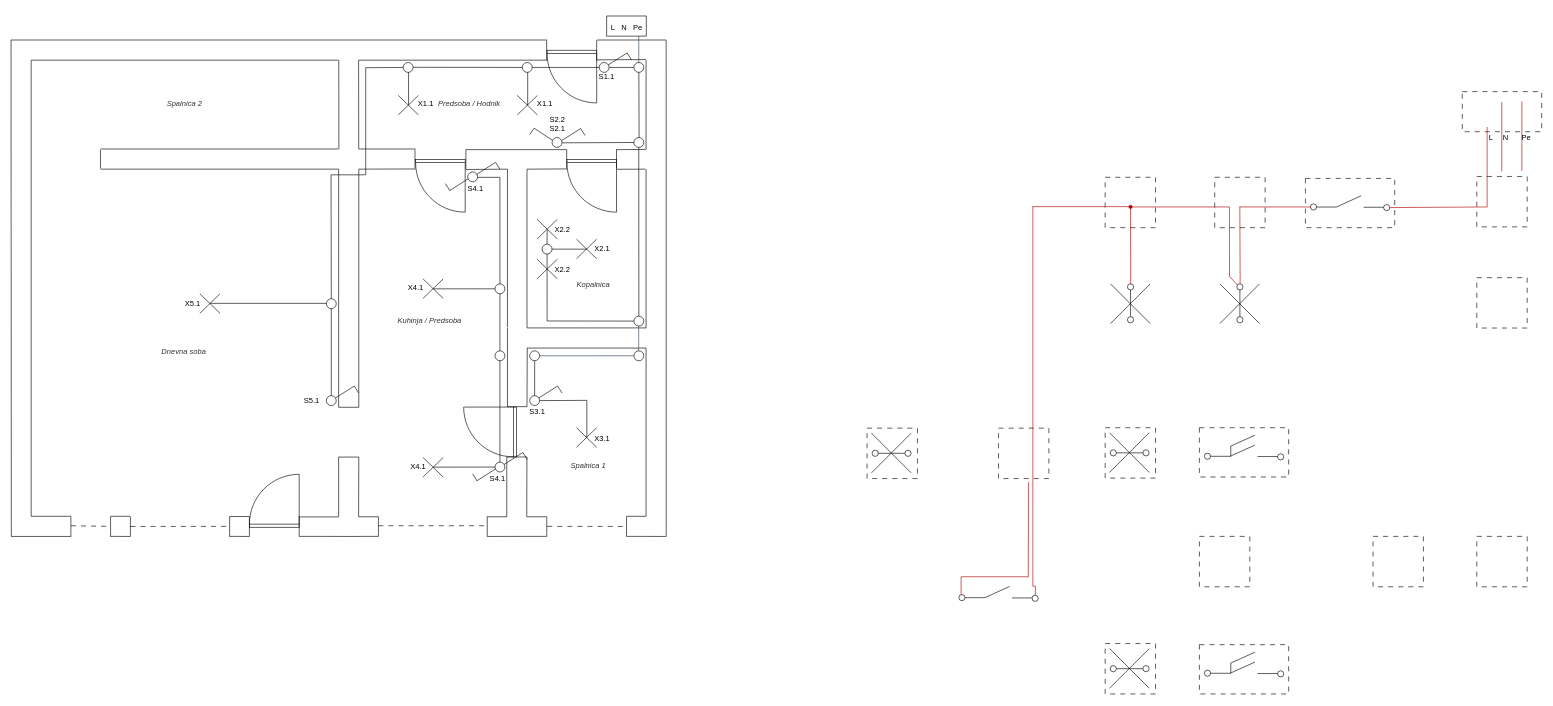
The draw.io diagram Flat.drawio in Pino-Tortellino/Implementation-Schemes, before the edit. Source tidied: cells renumbered, new cells numbered last; positions are measured from the earlier drawing's top-left corner, leaving out a move shared by most shapes. Both pictures are drawn from the tidied source at 63%, with x=0, y=0 at pixel (11, 16).
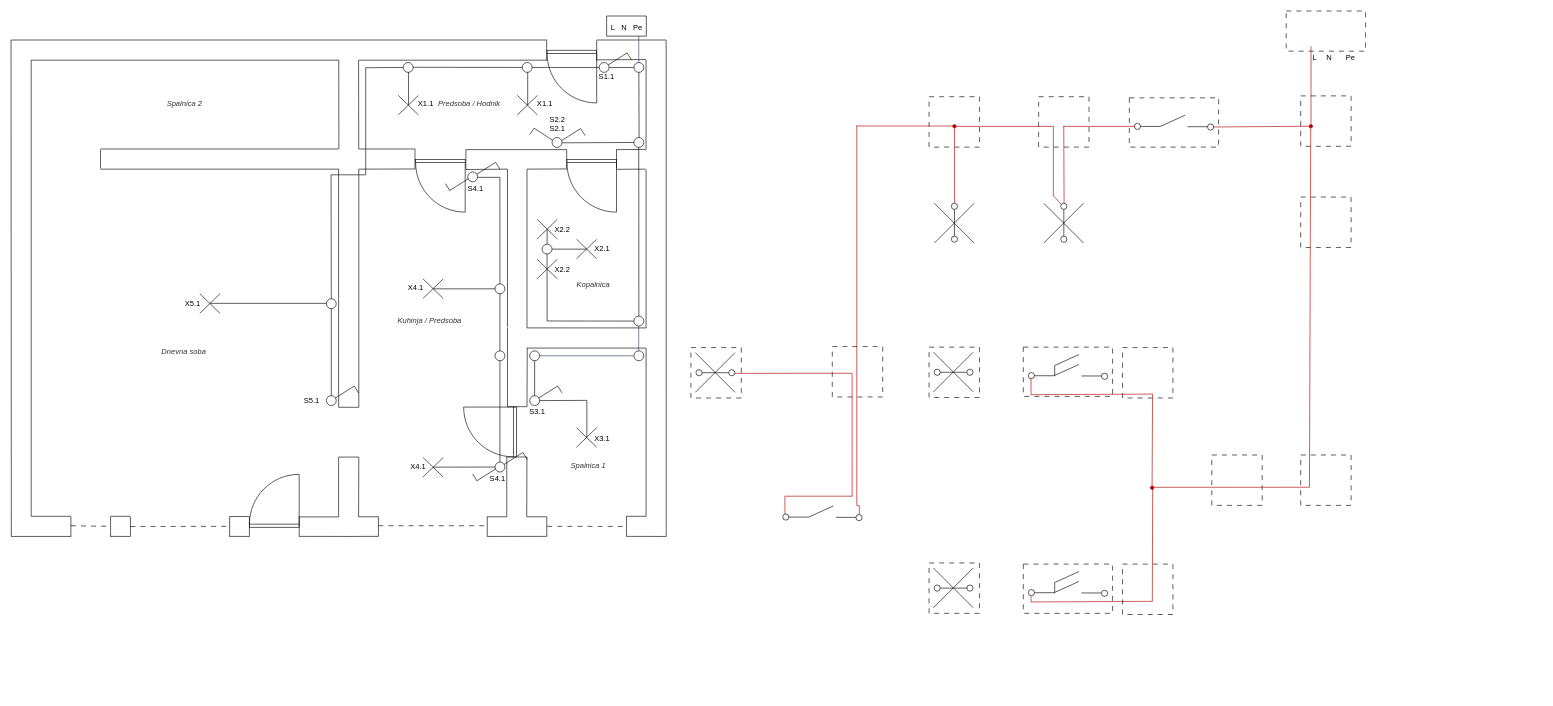
The same diagram, later.

Unchanged cells that the change refers to:
```xml
<mxCell id="228" style="ellipse;whiteSpace=wrap;html=1;fillColor=none;" parent="223" vertex="1">
  <mxGeometry x="124.1" y="41.4" width="9.8" height="9.8" as="geometry" />
</mxCell>
<mxCell id="262" style="group;" parent="254" vertex="1">
  <mxGeometry width="141.7" height="78.2" as="geometry" />
</mxCell>
```

What changed in the source:
```diff
@@
     <mxCell id="2" style="whiteSpace=wrap;html=1;fillColor=none;dashed=1;dashPattern=8 8;" parent="1" vertex="1">
-      <mxGeometry x="1736.7" y="255.9" width="80" height="80" as="geometry" />
+      <mxGeometry x="1457.2" y="128" width="80" height="80" as="geometry" />
     </mxCell>
@@
     <mxCell id="194" style="rounded=0;whiteSpace=wrap;html=1;fillColor=none;dashed=1;dashPattern=8 8;" parent="1" vertex="1">
-      <mxGeometry x="2303.6" y="119.9" width="126" height="63.7" as="geometry" />
+      <mxGeometry x="2024.1" y="-8" width="126" height="63.7" as="geometry" />
     </mxCell>
     <mxCell id="195" style="endArrow=none;html=1;rounded=0;fillColor=#e51400;strokeColor=light-dark(#B20000,#FF1200);" parent="1" edge="1">
       <mxGeometry relative="1" as="geometry">
-        <mxPoint x="2343" y="303.7" as="sourcePoint" />
-        <mxPoint x="2343" y="176" as="targetPoint" />
+        <mxPoint x="2063.5" y="175.8" as="sourcePoint" />
+        <mxPoint x="2063.5" y="48.1" as="targetPoint" />
       </mxGeometry>
     </mxCell>
-    <mxCell id="196" style="endArrow=none;html=1;rounded=0;fillColor=#e51400;strokeColor=light-dark(#B20000, #0040ff);" parent="1" edge="1">
-      <mxGeometry relative="1" as="geometry">
-        <mxPoint x="2366.3" y="246.7" as="sourcePoint" />
-        <mxPoint x="2366.3" y="136.5" as="targetPoint" />
-      </mxGeometry>
-    </mxCell>
-    <mxCell id="197" style="endArrow=none;html=1;rounded=0;fillColor=#e51400;strokeColor=light-dark(#B20000,#F6FF0D);" parent="1" edge="1">
-      <mxGeometry relative="1" as="geometry">
-        <mxPoint x="2398.1" y="245.7" as="sourcePoint" />
-        <mxPoint x="2398.2" y="135.5" as="targetPoint" />
-      </mxGeometry>
-    </mxCell>
     <mxCell id="198" value="L" style="text;html=1;align=center;verticalAlign=middle;strokeColor=none;fillColor=none;" parent="1" vertex="1">
-      <mxGeometry x="2335.1" y="179.7" width="27.6" height="27.6" as="geometry" />
+      <mxGeometry x="2055.6" y="51.8" width="27.6" height="27.6" as="geometry" />
     </mxCell>
     <mxCell id="199" value="N" style="text;html=1;align=center;verticalAlign=middle;strokeColor=none;fillColor=none;" parent="1" vertex="1">
-      <mxGeometry x="2355.8" y="179.7" width="31.5" height="27.6" as="geometry" />
+      <mxGeometry x="2076.3" y="51.8" width="31.5" height="27.6" as="geometry" />
     </mxCell>
     <mxCell id="200" value="Pe" style="text;html=1;align=center;verticalAlign=middle;strokeColor=none;fillColor=none;" parent="1" vertex="1">
-      <mxGeometry x="2387.3" y="179.7" width="35.4" height="27.6" as="geometry" />
+      <mxGeometry x="2107.8" y="51.8" width="35.4" height="27.6" as="geometry" />
     </mxCell>
     <mxCell id="201" style="whiteSpace=wrap;html=1;fillColor=none;dashed=1;dashPattern=8 8;" parent="1" vertex="1">
-      <mxGeometry x="2326.6" y="254.6" width="80" height="80" as="geometry" />
+      <mxGeometry x="2047.1" y="126.7" width="80" height="80" as="geometry" />
     </mxCell>
     <mxCell id="202" style="endArrow=none;html=1;rounded=0;" parent="1" edge="1">
       <mxGeometry relative="1" as="geometry">
-        <mxPoint x="1918.8" y="488.1" as="sourcePoint" />
-        <mxPoint x="1981.8" y="425.1" as="targetPoint" />
+        <mxPoint x="1639.3" y="360.2" as="sourcePoint" />
+        <mxPoint x="1702.3" y="297.2" as="targetPoint" />
       </mxGeometry>
     </mxCell>
     <mxCell id="203" style="endArrow=none;html=1;rounded=0;" parent="1" edge="1">
       <mxGeometry relative="1" as="geometry">
-        <mxPoint x="1981.8" y="488.1" as="sourcePoint" />
-        <mxPoint x="1918.8" y="425.1" as="targetPoint" />
+        <mxPoint x="1702.3" y="360.2" as="sourcePoint" />
+        <mxPoint x="1639.3" y="297.2" as="targetPoint" />
       </mxGeometry>
     </mxCell>
@@
     <mxCell id="205" style="ellipse;whiteSpace=wrap;html=1;fillColor=none;" parent="1" vertex="1">
-      <mxGeometry x="1945.7" y="425" width="9.8" height="9.8" as="geometry" />
+      <mxGeometry x="1666.2" y="297.1" width="9.8" height="9.8" as="geometry" />
     </mxCell>
     <mxCell id="206" style="ellipse;whiteSpace=wrap;html=1;fillColor=none;" parent="1" vertex="1">
-      <mxGeometry x="1945.7" y="477.2" width="9.8" height="9.8" as="geometry" />
+      <mxGeometry x="1666.2" y="349.3" width="9.8" height="9.8" as="geometry" />
     </mxCell>
     <mxCell id="207" style="whiteSpace=wrap;html=1;fillColor=none;dashed=1;dashPattern=8 8;" parent="1" vertex="1">
-      <mxGeometry x="1910.6" y="255.9" width="80" height="80" as="geometry" />
+      <mxGeometry x="1631.1" y="128" width="80" height="80" as="geometry" />
     </mxCell>
     <mxCell id="208" style="whiteSpace=wrap;html=1;fillColor=none;dashed=1;dashPattern=8 8;" parent="1" vertex="1">
-      <mxGeometry x="1567.4" y="654.1" width="80" height="80" as="geometry" />
+      <mxGeometry x="1303.6" y="524.6" width="80" height="80" as="geometry" />
     </mxCell>
     <mxCell id="209" style="group;rotation=90;" parent="1" vertex="1">
-      <mxGeometry x="1358.8" y="654.1" width="80" height="80" as="geometry" />
+      <mxGeometry x="1079.2" y="526.2" width="80" height="80" as="geometry" />
     </mxCell>
@@
     <mxCell id="216" style="group;" parent="1" vertex="1">
-      <mxGeometry x="2054.6" y="257.7" width="141.7" height="78.2" as="geometry" />
+      <mxGeometry x="1775.1" y="129.8" width="141.7" height="78.2" as="geometry" />
     </mxCell>
@@
     <mxCell id="223" style="group;" parent="1" vertex="1">
-      <mxGeometry x="1496.6" y="877.8" width="141.7" height="78.2" as="geometry" />
+      <mxGeometry x="1217" y="749.9" width="141.7" height="78.2" as="geometry" />
     </mxCell>
@@
     <mxCell id="231" style="whiteSpace=wrap;html=1;fillColor=none;dashed=1;dashPattern=8 8;" parent="1" vertex="1">
-      <mxGeometry x="2326.6" y="415.2" width="80" height="80" as="geometry" />
+      <mxGeometry x="2047.1" y="287.3" width="80" height="80" as="geometry" />
     </mxCell>
-    <mxCell id="232" style="whiteSpace=wrap;html=1;fillColor=none;dashed=1;dashPattern=8 8;" parent="1" vertex="1">
-      <mxGeometry x="2326.6" y="825.9" width="80" height="80" as="geometry" />
-    </mxCell>
     <mxCell id="233" style="whiteSpace=wrap;html=1;fillColor=none;dashed=1;dashPattern=8 8;" parent="1" vertex="1">
-      <mxGeometry x="2161.9" y="825.9" width="80" height="80" as="geometry" />
+      <mxGeometry x="2047.1" y="696.7" width="80" height="80" as="geometry" />
     </mxCell>
     <mxCell id="234" style="group;" parent="1" vertex="1">
-      <mxGeometry x="1736.7" y="415.2" width="80" height="80" as="geometry" />
+      <mxGeometry x="1457.2" y="287.3" width="80" height="80" as="geometry" />
     </mxCell>
@@
     <mxCell id="240" style="group;rotation=90;" parent="1" vertex="1">
-      <mxGeometry x="1736.7" y="653.4" width="80" height="80" as="geometry" />
+      <mxGeometry x="1457.2" y="525.5" width="80" height="80" as="geometry" />
     </mxCell>
@@
     <mxCell id="247" style="group;rotation=90;" parent="1" vertex="1">
-      <mxGeometry x="1736.7" y="996" width="80" height="80" as="geometry" />
+      <mxGeometry x="1457.2" y="868.1" width="80" height="80" as="geometry" />
     </mxCell>
@@
     <mxCell id="254" style="group;" parent="1" vertex="1">
-      <mxGeometry x="1886.3" y="997.8" width="141.7" height="78.2" as="geometry" />
+      <mxGeometry x="1606.8" y="869.9" width="141.7" height="78.2" as="geometry" />
     </mxCell>
@@
+    <mxCell id="289" style="endArrow=none;html=1;rounded=0;fillColor=#e51400;strokeColor=light-dark(#B20000,#FF1200);" parent="262" edge="1">
+      <mxGeometry relative="1" as="geometry">
+        <mxPoint x="12.2" y="60.1" as="sourcePoint" />
+        <mxPoint x="205.2" y="59.1" as="targetPoint" />
+      </mxGeometry>
+    </mxCell>
     <mxCell id="264" style="group;" parent="1" vertex="1">
-      <mxGeometry x="1886.3" y="653.4" width="141.7" height="78.2" as="geometry" />
+      <mxGeometry x="1606.8" y="525.5" width="141.7" height="78.2" as="geometry" />
     </mxCell>
@@
     <mxCell id="274" style="whiteSpace=wrap;html=1;fillColor=none;dashed=1;dashPattern=8 8;" parent="1" vertex="1">
-      <mxGeometry x="1886.3" y="825.9" width="80" height="80" as="geometry" />
+      <mxGeometry x="1906" y="696.7" width="80" height="80" as="geometry" />
     </mxCell>
-    <mxCell id="275" style="endArrow=none;html=1;rounded=0;fillColor=#e51400;strokeColor=light-dark(#B20000,#FF1200);exitX=1;exitY=0.5;exitDx=0;exitDy=0;" parent="1" edge="1">
+    <mxCell id="275" style="endArrow=none;html=1;rounded=0;fillColor=#e51400;strokeColor=light-dark(#B20000,#FF1200);exitX=1;exitY=0.5;exitDx=0;exitDy=0;" parent="1" edge="1" source="296">
       <mxGeometry relative="1" as="geometry">
-        <mxPoint x="2188.5" y="304" as="sourcePoint" />
-        <mxPoint x="2342.3" y="303" as="targetPoint" />
+        <mxPoint x="2062.7" y="175.1" as="targetPoint" />
       </mxGeometry>
     </mxCell>
     <mxCell id="276" style="endArrow=none;html=1;rounded=0;fillColor=#e51400;strokeColor=light-dark(#B20000,#FF1200);" parent="1" edge="1">
       <mxGeometry relative="1" as="geometry">
-        <mxPoint x="1950" y="303" as="sourcePoint" />
-        <mxPoint x="2063.7" y="303" as="targetPoint" />
+        <mxPoint x="1670.5" y="175.1" as="sourcePoint" />
+        <mxPoint x="1784.2" y="175.1" as="targetPoint" />
       </mxGeometry>
     </mxCell>
     <mxCell id="277" style="endArrow=none;html=1;rounded=0;fillColor=#e51400;strokeColor=light-dark(#B20000,#FF1200);" parent="1" edge="1">
       <mxGeometry relative="1" as="geometry">
-        <mxPoint x="1951" y="425" as="sourcePoint" />
-        <mxPoint x="1950.5" y="302.3" as="targetPoint" />
+        <mxPoint x="1671.5" y="297.1" as="sourcePoint" />
+        <mxPoint x="1671" y="174.4" as="targetPoint" />
       </mxGeometry>
     </mxCell>
     <mxCell id="278" style="endArrow=none;html=1;rounded=0;fillColor=#e51400;strokeColor=light-dark(#B20000,#FF1200);" parent="1" edge="1">
       <mxGeometry relative="1" as="geometry">
-        <mxPoint x="1946.7" y="427.1" as="sourcePoint" />
-        <mxPoint x="1934" y="413" as="targetPoint" />
+        <mxPoint x="1667.2" y="299.1" as="sourcePoint" />
+        <mxPoint x="1654.5" y="285.1" as="targetPoint" />
       </mxGeometry>
     </mxCell>
     <mxCell id="279" style="endArrow=none;html=1;rounded=0;fillColor=#e51400;strokeColor=light-dark(#B20000,#FF1200);" parent="1" edge="1">
       <mxGeometry relative="1" as="geometry">
-        <mxPoint x="1934.1" y="413.2" as="sourcePoint" />
-        <mxPoint x="1934" y="303" as="targetPoint" />
+        <mxPoint x="1654.5" y="285.3" as="sourcePoint" />
+        <mxPoint x="1654.5" y="175.1" as="targetPoint" />
       </mxGeometry>
     </mxCell>
     <mxCell id="280" style="endArrow=none;html=1;rounded=0;fillColor=#e51400;strokeColor=light-dark(#B20000,#FF1200);" parent="1" edge="1">
       <mxGeometry relative="1" as="geometry">
-        <mxPoint x="1777" y="303" as="sourcePoint" />
-        <mxPoint x="1934" y="303" as="targetPoint" />
+        <mxPoint x="1497.5" y="175.1" as="sourcePoint" />
+        <mxPoint x="1654.5" y="175.1" as="targetPoint" />
       </mxGeometry>
     </mxCell>
     <mxCell id="281" style="endArrow=none;html=1;rounded=0;fillColor=#e51400;strokeColor=light-dark(#B20000,#FF1200);" parent="1" edge="1" source="283">
       <mxGeometry relative="1" as="geometry">
-        <mxPoint x="1777" y="303" as="targetPoint" />
+        <mxPoint x="1497.5" y="175.1" as="targetPoint" />
       </mxGeometry>
     </mxCell>
     <mxCell id="282" style="endArrow=none;html=1;rounded=0;fillColor=#e51400;strokeColor=light-dark(#B20000,#FF1200);entryX=0.501;entryY=0.54;entryDx=0;entryDy=0;entryPerimeter=0;" parent="1" edge="1" target="283">
       <mxGeometry relative="1" as="geometry">
-        <mxPoint x="1777.2" y="425.3" as="sourcePoint" />
+        <mxPoint x="1497.7" y="297.4" as="sourcePoint" />
       </mxGeometry>
     </mxCell>
     <mxCell id="283" style="ellipse;whiteSpace=wrap;html=1;fillColor=light-dark(#B20000,#FF1200);strokeColor=light-dark(#B20000,#FF1200);" parent="1" vertex="1">
-      <mxGeometry x="1774.3" y="300.1" width="5.4" height="5.4" as="geometry" />
+      <mxGeometry x="1494.8" y="172.2" width="5.4" height="5.4" as="geometry" />
     </mxCell>
     <mxCell id="284" style="endArrow=none;html=1;rounded=0;fillColor=#e51400;strokeColor=light-dark(#B20000,#FF1200);" parent="1" edge="1">
       <mxGeometry relative="1" as="geometry">
-        <mxPoint x="1621.5" y="302.5" as="sourcePoint" />
-        <mxPoint x="1778.5" y="302.5" as="targetPoint" />
+        <mxPoint x="1342" y="174.5" as="sourcePoint" />
+        <mxPoint x="1499" y="174.5" as="targetPoint" />
       </mxGeometry>
     </mxCell>
     <mxCell id="285" style="endArrow=none;html=1;rounded=0;fillColor=#e51400;strokeColor=light-dark(#B20000,#FF1200);" parent="1" edge="1">
       <mxGeometry relative="1" as="geometry">
-        <mxPoint x="1622" y="905" as="sourcePoint" />
-        <mxPoint x="1622" y="302" as="targetPoint" />
+        <mxPoint x="1342.5" y="777.1" as="sourcePoint" />
+        <mxPoint x="1342.5" y="174.1" as="targetPoint" />
       </mxGeometry>
     </mxCell>
     <mxCell id="286" style="endArrow=none;html=1;rounded=0;fillColor=#e51400;strokeColor=light-dark(#B20000,#FF1200);" parent="1" edge="1">
       <mxGeometry relative="1" as="geometry">
-        <mxPoint x="1622" y="905" as="sourcePoint" />
-        <mxPoint x="1626" y="905" as="targetPoint" />
+        <mxPoint x="1342.5" y="777.1" as="sourcePoint" />
+        <mxPoint x="1346.5" y="777.1" as="targetPoint" />
       </mxGeometry>
     </mxCell>
     <mxCell id="287" style="endArrow=none;html=1;rounded=0;fillColor=#e51400;strokeColor=light-dark(#B20000,#FF1200);exitX=0.542;exitY=0.006;exitDx=0;exitDy=0;exitPerimeter=0;" parent="1" edge="1" source="228">
       <mxGeometry relative="1" as="geometry">
-        <mxPoint x="1626" y="905" as="targetPoint" />
+        <mxPoint x="1346.5" y="777.1" as="targetPoint" />
       </mxGeometry>
     </mxCell>
     <mxCell id="288" style="endArrow=none;html=1;rounded=0;fillColor=#e51400;strokeColor=light-dark(#B20000,#FF1200);" parent="1" edge="1">
       <mxGeometry relative="1" as="geometry">
-        <mxPoint x="1614.7" y="890.3" as="sourcePoint" />
-        <mxPoint x="1615" y="740" as="targetPoint" />
+        <mxPoint x="1335.1" y="762.3" as="sourcePoint" />
+        <mxPoint x="1335" y="567" as="targetPoint" />
       </mxGeometry>
     </mxCell>
+    <mxCell id="290" style="endArrow=none;html=1;rounded=0;fillColor=#e51400;strokeColor=light-dark(#B20000,#FF1200);exitX=0.5;exitY=0;exitDx=0;exitDy=0;" parent="1" edge="1">
+      <mxGeometry relative="1" as="geometry">
+        <mxPoint x="1149.1" y="567.1" as="sourcePoint" />
+        <mxPoint x="1335" y="567" as="targetPoint" />
+      </mxGeometry>
+    </mxCell>
+    <mxCell id="291" style="endArrow=none;html=1;rounded=0;fillColor=#e51400;strokeColor=light-dark(#B20000,#FF1200);" parent="1" edge="1">
+      <mxGeometry relative="1" as="geometry">
+        <mxPoint x="2061" y="748" as="sourcePoint" />
+        <mxPoint x="2063" y="175" as="targetPoint" />
+      </mxGeometry>
+    </mxCell>
+    <mxCell id="292" style="endArrow=none;html=1;rounded=0;fillColor=#e51400;strokeColor=light-dark(#B20000,#FF1200);" parent="1" edge="1">
+      <mxGeometry relative="1" as="geometry">
+        <mxPoint x="1812" y="748" as="sourcePoint" />
+        <mxPoint x="2061.1" y="747.9" as="targetPoint" />
+      </mxGeometry>
+    </mxCell>
+    <mxCell id="293" style="whiteSpace=wrap;html=1;fillColor=none;dashed=1;dashPattern=8 8;" parent="1" vertex="1">
+      <mxGeometry x="1764.3" y="526.2" width="80" height="80" as="geometry" />
+    </mxCell>
+    <mxCell id="294" style="whiteSpace=wrap;html=1;fillColor=none;dashed=1;dashPattern=8 8;" parent="1" vertex="1">
+      <mxGeometry x="1764.3" y="869.9" width="80" height="80" as="geometry" />
+    </mxCell>
+    <mxCell id="295" style="endArrow=none;html=1;rounded=0;fillColor=#e51400;strokeColor=light-dark(#B20000,#FF1200);exitX=1;exitY=0.5;exitDx=0;exitDy=0;" parent="1" edge="1" target="296">
+      <mxGeometry relative="1" as="geometry">
+        <mxPoint x="1909" y="176.1" as="sourcePoint" />
+      </mxGeometry>
+    </mxCell>
+    <mxCell id="296" style="ellipse;whiteSpace=wrap;html=1;fillColor=light-dark(#B20000,#FF1200);strokeColor=light-dark(#B20000,#FF1200);" parent="1" vertex="1">
+      <mxGeometry x="2060.5" y="172.2" width="5.4" height="5.4" as="geometry" />
+    </mxCell>
+    <mxCell id="297" style="ellipse;whiteSpace=wrap;html=1;fillColor=light-dark(#B20000,#FF1200);strokeColor=light-dark(#B20000,#FF1200);" parent="1" vertex="1">
+      <mxGeometry x="1808.6" y="745.9" width="5.4" height="5.4" as="geometry" />
+    </mxCell>
+    <mxCell id="298" style="endArrow=none;html=1;rounded=0;fillColor=#e51400;strokeColor=light-dark(#B20000,#FF1200);exitX=0.476;exitY=0.253;exitDx=0;exitDy=0;exitPerimeter=0;" parent="1" edge="1">
+      <mxGeometry relative="1" as="geometry">
+        <mxPoint x="1811.2" y="749.3" as="sourcePoint" />
+        <mxPoint x="1812" y="600" as="targetPoint" />
+      </mxGeometry>
+    </mxCell>
+    <mxCell id="299" style="endArrow=none;html=1;rounded=0;fillColor=#e51400;strokeColor=light-dark(#B20000,#FF1200);" parent="1" edge="1">
+      <mxGeometry relative="1" as="geometry">
+        <mxPoint x="1619" y="601" as="sourcePoint" />
+        <mxPoint x="1812" y="600" as="targetPoint" />
+      </mxGeometry>
+    </mxCell>
+    <mxCell id="300" style="endArrow=none;html=1;rounded=0;fillColor=#e51400;strokeColor=light-dark(#B20000,#FF1200);" parent="1" edge="1">
+      <mxGeometry relative="1" as="geometry">
+        <mxPoint x="1619" y="601" as="sourcePoint" />
+        <mxPoint x="1619" y="575" as="targetPoint" />
+      </mxGeometry>
+    </mxCell>
+    <mxCell id="301" style="endArrow=none;html=1;rounded=0;fillColor=#e51400;strokeColor=light-dark(#B20000,#FF1200);exitX=0.476;exitY=0.253;exitDx=0;exitDy=0;exitPerimeter=0;entryX=0.652;entryY=0.588;entryDx=0;entryDy=0;entryPerimeter=0;" parent="1" edge="1" target="297">
+      <mxGeometry relative="1" as="geometry">
+        <mxPoint x="1811.6" y="928.9" as="sourcePoint" />
+      </mxGeometry>
+    </mxCell>
+    <mxCell id="302" style="endArrow=none;html=1;rounded=0;fillColor=#e51400;strokeColor=light-dark(#B20000,#FF1200);" parent="1" edge="1">
+      <mxGeometry relative="1" as="geometry">
+        <mxPoint x="1619" y="930" as="sourcePoint" />
+        <mxPoint x="1619" y="921" as="targetPoint" />
+      </mxGeometry>
+    </mxCell>
```
